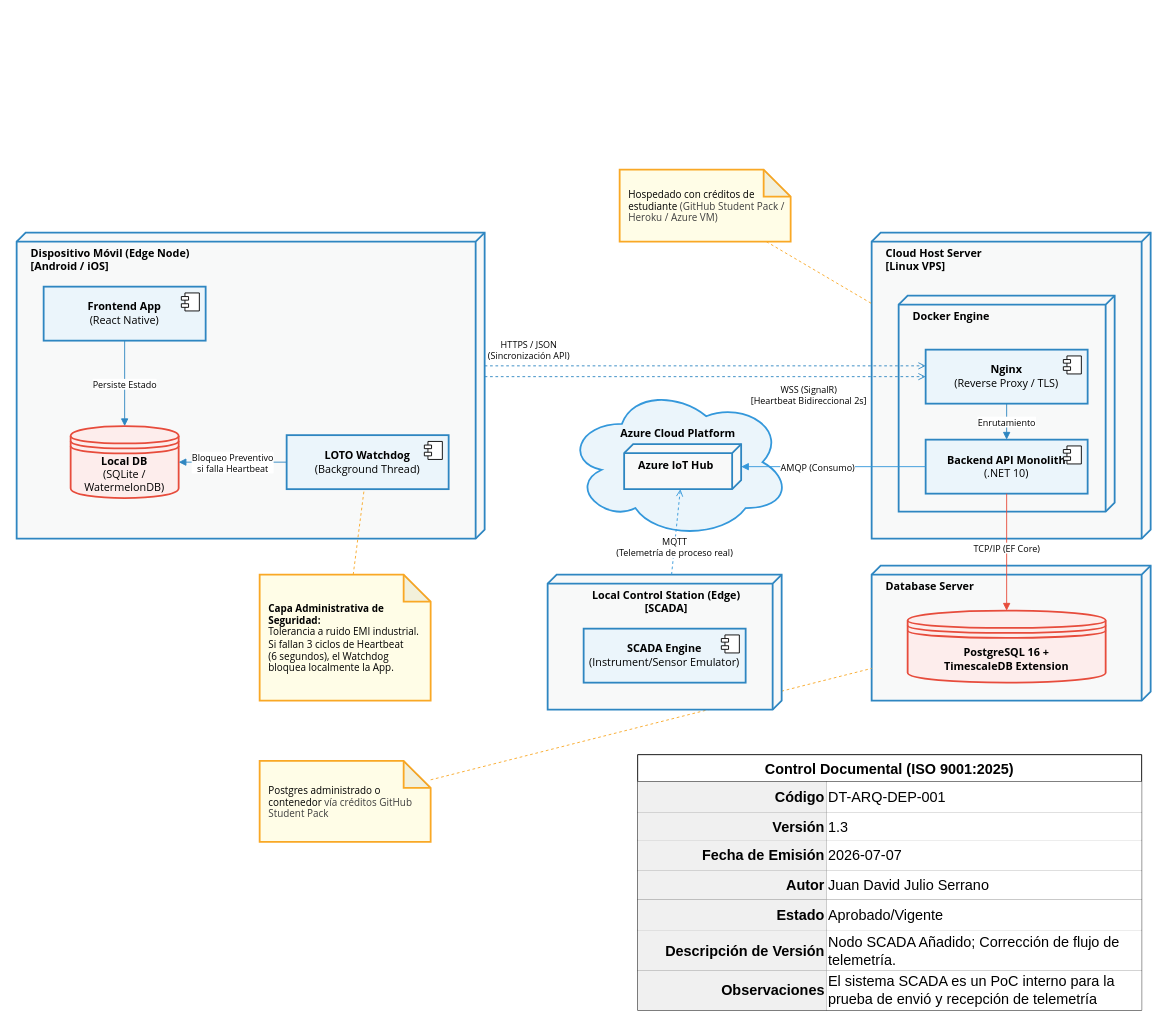
The draw.io diagram page "Ver 1.3" (2 of 2) of architecture/views/deployment-model.drawio in Novav20/adso-dteam-docs, before the edit. Source tidied: cells renumbered, new cells numbered last; positions are measured from the earlier drawing's top-left corner, leaving out a move shared by most shapes. Both pictures are drawn from the tidied source at 90%, with x=0, y=0 at pixel (16, 169).
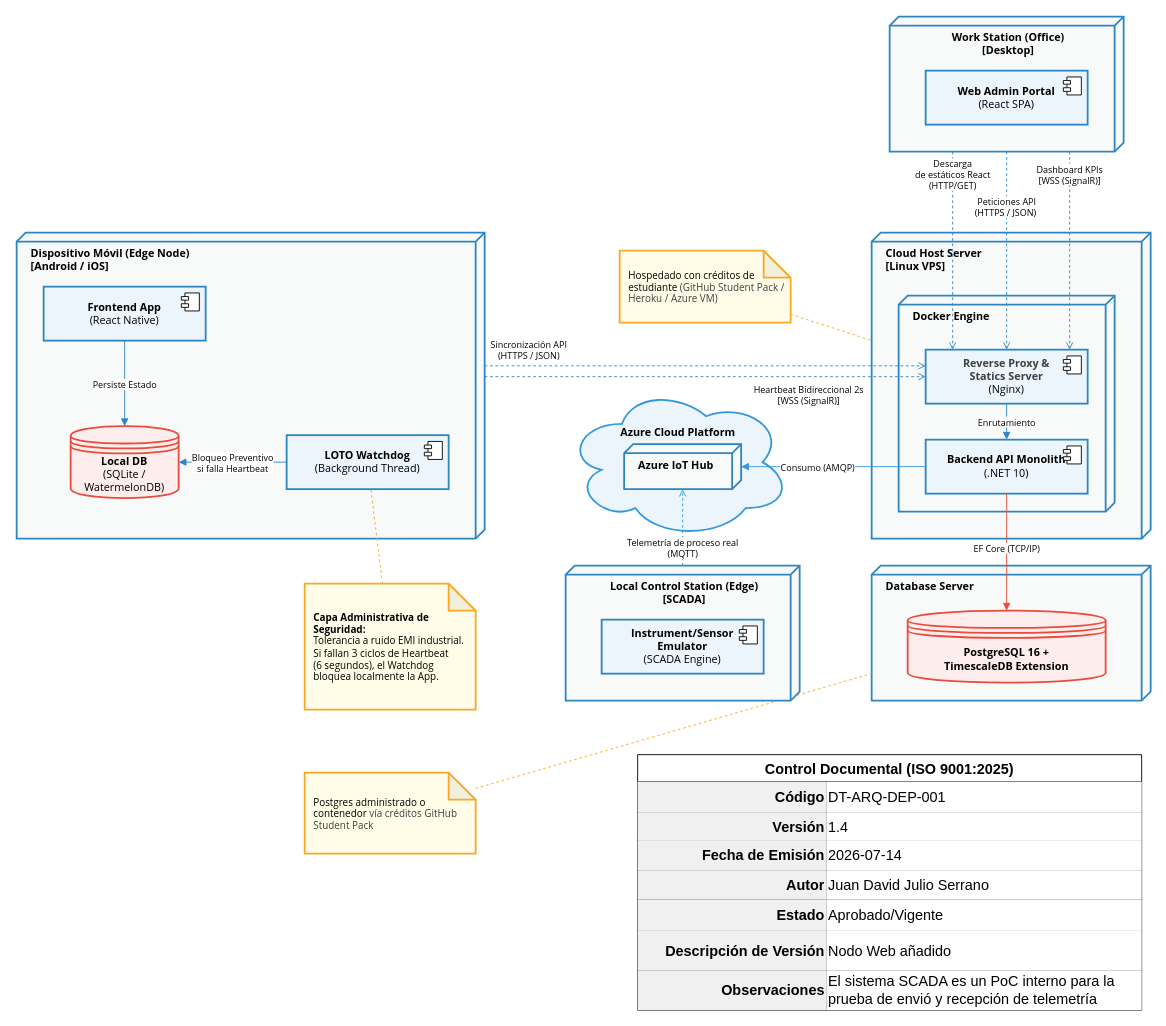
After the change.

Commit message (it also covers changes not shown here):
docs(deployment): represent web app execution node and Nginx static role

- Introduce 'WebNode' (PC de Escritorio) as a client edge node in deployment view.
- Explicitly define Nginx as 'Reverse Proxy / Servidor de Estáticos' to represent SPA hosting.
- Add network routes for React static asset download, HTTPS API requests, and WSS SignalR connections.
- Synchronize documentation control table to Version 1.3 dated 2026-07-14.

The change refers to these unchanged cells:
```xml
<mxCell id="2" value="Dispositivo Móvil (Edge Node)&#10;[Android / iOS]" style="verticalAlign=top;align=left;shape=cube;size=10;direction=south;fontStyle=1;html=1;boundedLbl=1;spacingLeft=14;whiteSpace=wrap;fillColor=#F8F9F9;strokeColor=#2E86C1;strokeWidth=2;fontSize=12;fontFamily=Segoe UI;" parent="1" vertex="1">
  <mxGeometry y="70" width="520" height="340" as="geometry" />
</mxCell>
<mxCell id="9" value="Azure IoT Hub" style="verticalAlign=top;align=left;shape=cube;size=10;direction=south;fontStyle=1;html=1;boundedLbl=1;spacingLeft=14;whiteSpace=wrap;fillColor=#F8F9F9;strokeColor=#2E86C1;strokeWidth=2;fontSize=12;fontFamily=Segoe UI;" parent="1" vertex="1">
  <mxGeometry x="675" y="305" width="130" height="50" as="geometry" />
</mxCell>
<mxCell id="14" value="&lt;b&gt;Backend API Monolith&lt;/b&gt;&lt;br/&gt;(.NET 10)" style="html=1;whiteSpace=wrap;fillColor=#EBF5FB;strokeColor=#2E86C1;strokeWidth=2;fontSize=12;fontFamily=Segoe UI;" parent="1" vertex="1">
  <mxGeometry x="1010" y="300" width="180" height="60" as="geometry" />
</mxCell>
<mxCell id="17" value="&lt;b&gt;PostgreSQL 16 +&lt;/b&gt;&lt;br/&gt;&lt;b&gt;TimescaleDB Extension&lt;/b&gt;" style="shape=datastore;whiteSpace=wrap;html=1;fillColor=#FDEDEC;strokeColor=#E74C3C;strokeWidth=2;fontSize=12;fontFamily=Segoe UI;" parent="1" vertex="1">
  <mxGeometry x="990" y="490" width="220" height="80" as="geometry" />
</mxCell>
<mxCell id="32" style="shape=tableRow;horizontal=0;startSize=0;swimlaneHead=0;swimlaneBody=0;strokeColor=inherit;top=0;left=0;bottom=0;right=0;fillColor=none;fontSize=16;" parent="28" vertex="1">
  <mxGeometry y="64" width="560" height="31" as="geometry" />
</mxCell>
<mxCell id="35" style="shape=tableRow;horizontal=0;startSize=0;swimlaneHead=0;swimlaneBody=0;strokeColor=inherit;top=0;left=0;bottom=0;right=0;fillColor=none;fontSize=16;" parent="28" vertex="1">
  <mxGeometry y="95" width="560" height="34" as="geometry" />
</mxCell>
<mxCell id="44" style="shape=tableRow;horizontal=0;startSize=0;swimlaneHead=0;swimlaneBody=0;strokeColor=inherit;top=0;left=0;bottom=0;right=0;fillColor=none;fontSize=16;" parent="28" vertex="1">
  <mxGeometry y="195" width="560" height="45" as="geometry" />
</mxCell>
<mxCell id="51" value="Local Control Station (Edge)&lt;br&gt;[SCADA]" style="verticalAlign=top;align=center;shape=cube;size=10;direction=south;fontStyle=1;html=1;boundedLbl=1;spacingLeft=14;whiteSpace=wrap;fillColor=#F8F9F9;strokeColor=#2E86C1;strokeWidth=2;fontSize=12;fontFamily=Segoe UI;" parent="50" vertex="1">
  <mxGeometry width="260" height="150" as="geometry" />
</mxCell>
```

Change to the diagram source:
```diff
@@
-    <mxCell id="12" value="&lt;b&gt;Nginx&lt;/b&gt;&lt;br/&gt;(Reverse Proxy / TLS)" style="html=1;whiteSpace=wrap;fillColor=#EBF5FB;strokeColor=#2E86C1;strokeWidth=2;fontSize=12;fontFamily=Segoe UI;" parent="1" vertex="1">
+    <mxCell id="12" value="&lt;b style=&quot;color: rgb(63, 63, 63); scrollbar-color: rgb(226, 226, 226) rgb(251, 251, 251);&quot;&gt;Reverse Proxy &amp;amp; &lt;br&gt;Statics Server&lt;/b&gt;&lt;br&gt;(Nginx)" style="html=1;whiteSpace=wrap;fillColor=#EBF5FB;strokeColor=#2E86C1;strokeWidth=2;fontSize=12;fontFamily=Segoe UI;" parent="1" vertex="1">
       <mxGeometry x="1010" y="200" width="180" height="60" as="geometry" />
     </mxCell>
@@
     <mxCell id="18" value="&lt;b&gt;Capa Administrativa de Seguridad:&lt;/b&gt;&lt;br/&gt;Tolerancia a ruido EMI industrial.&lt;br/&gt;Si fallan 3 ciclos de Heartbeat&lt;br/&gt;(6 segundos), el Watchdog&lt;br/&gt;bloquea localmente la App." style="shape=note;whiteSpace=wrap;html=1;backgroundOutline=1;darkOpacity=0.05;fillColor=#FFFDE7;strokeColor=#F9A825;strokeWidth=2;fontSize=11;fontFamily=Segoe UI;align=left;spacingLeft=8;" parent="1" vertex="1">
-      <mxGeometry x="270" y="450" width="190" height="140" as="geometry" />
+      <mxGeometry x="320" y="460" width="190" height="140" as="geometry" />
     </mxCell>
@@
-    <mxCell id="23" value="TCP/IP (EF Core)" style="rounded=0;jettySize=auto;html=1;endArrow=block;endFill=1;strokeColor=#E74C3C;fontFamily=Segoe UI;fontSize=10;" parent="1" edge="1" source="14" target="17">
+    <mxCell id="23" value="&lt;span style=&quot;color: rgb(0, 0, 0);&quot;&gt;EF Core&amp;nbsp;&lt;/span&gt;(&lt;span style=&quot;color: rgb(0, 0, 0);&quot;&gt;TCP/IP&lt;/span&gt;)" style="rounded=0;jettySize=auto;html=1;endArrow=block;endFill=1;strokeColor=#E74C3C;fontFamily=Segoe UI;fontSize=10;" parent="1" edge="1" source="14" target="17">
       <mxGeometry x="-0.07" relative="1" as="geometry" />
     </mxCell>
-    <mxCell id="24" value="AMQP (Consumo)" style="rounded=0;jettySize=auto;html=1;endArrow=block;endFill=1;strokeColor=#3498DB;fontFamily=Segoe UI;fontSize=10;" parent="1" edge="1" source="14" target="9">
+    <mxCell id="24" value="&lt;span style=&quot;color: rgb(0, 0, 0);&quot;&gt;Consumo&lt;/span&gt;&amp;nbsp;(&lt;span style=&quot;color: rgb(0, 0, 0);&quot;&gt;AMQP&lt;/span&gt;)" style="rounded=0;jettySize=auto;html=1;endArrow=block;endFill=1;strokeColor=#3498DB;fontFamily=Segoe UI;fontSize=10;" parent="1" edge="1" source="14" target="9">
       <mxGeometry x="0.17" relative="1" as="geometry" />
     </mxCell>
@@
-    <mxCell id="26" value="HTTPS / JSON&#10;(Sincronización API)" style="rounded=0;jettySize=auto;html=1;endArrow=open;endFill=0;dashed=1;strokeColor=#2E86C1;fontFamily=Segoe UI;fontSize=10;entryX=0;entryY=0.3;entryDx=0;entryDy=0;edgeStyle=orthogonalEdgeStyle;" parent="1" edge="1" source="2" target="12">
+    <mxCell id="26" value="&lt;span style=&quot;color: rgb(0, 0, 0);&quot;&gt;Sincronización API&lt;br&gt;&lt;/span&gt;(&lt;span style=&quot;color: rgb(0, 0, 0);&quot;&gt;HTTPS / JSON&lt;/span&gt;)" style="rounded=0;jettySize=auto;html=1;endArrow=open;endFill=0;dashed=1;strokeColor=#2E86C1;fontFamily=Segoe UI;fontSize=10;entryX=0;entryY=0.3;entryDx=0;entryDy=0;edgeStyle=orthogonalEdgeStyle;" parent="1" edge="1" source="2" target="12">
       <mxGeometry x="-0.8" y="18" relative="1" as="geometry">
         <Array as="points">
           <mxPoint x="580" y="218" />
           <mxPoint x="580" y="218" />
         </Array>
       </mxGeometry>
     </mxCell>
-    <mxCell id="27" value="WSS (SignalR)&#10;[Heartbeat Bidireccional 2s]" style="rounded=0;jettySize=auto;html=1;endArrow=open;endFill=0;dashed=1;strokeColor=#2E86C1;fontFamily=Segoe UI;fontSize=10;entryX=0;entryY=0.5;entryDx=0;entryDy=0;edgeStyle=orthogonalEdgeStyle;" parent="1" edge="1" source="2" target="12">
+    <mxCell id="27" value="&lt;span style=&quot;color: rgb(0, 0, 0);&quot;&gt;Heartbeat Bidireccional 2s&lt;/span&gt;&lt;br&gt;[&lt;span style=&quot;color: rgb(0, 0, 0);&quot;&gt;WSS (SignalR)&lt;/span&gt;]" style="rounded=0;jettySize=auto;html=1;endArrow=open;endFill=0;dashed=1;strokeColor=#2E86C1;fontFamily=Segoe UI;fontSize=10;entryX=0;entryY=0.5;entryDx=0;entryDy=0;edgeStyle=orthogonalEdgeStyle;" parent="1" edge="1" source="2" target="12">
       <mxGeometry x="0.47" y="-20" relative="1" as="geometry">
         <Array as="points">
           <mxPoint x="640" y="230" />
           <mxPoint x="640" y="230" />
         </Array>
       </mxGeometry>
     </mxCell>
@@
-    <mxCell id="34" value="1.3" style="shape=partialRectangle;html=1;whiteSpace=wrap;strokeColor=inherit;overflow=hidden;fillColor=default;top=0;left=0;bottom=0;right=0;fontSize=16;align=left;" parent="32" vertex="1">
+    <mxCell id="34" value="1.4" style="shape=partialRectangle;html=1;whiteSpace=wrap;strokeColor=inherit;overflow=hidden;fillColor=default;top=0;left=0;bottom=0;right=0;fontSize=16;align=left;" parent="32" vertex="1">
       <mxGeometry x="210" width="350" height="31" as="geometry" />
     </mxCell>
@@
-    <mxCell id="37" value="2026-07-07" style="shape=partialRectangle;html=1;whiteSpace=wrap;strokeColor=inherit;overflow=hidden;fillColor=default;top=0;left=0;bottom=0;right=0;fontSize=16;align=left;" parent="35" vertex="1">
+    <mxCell id="37" value="2026-07-14" style="shape=partialRectangle;html=1;whiteSpace=wrap;strokeColor=inherit;overflow=hidden;fillColor=default;top=0;left=0;bottom=0;right=0;fontSize=16;align=left;" parent="35" vertex="1">
       <mxGeometry x="210" width="350" height="34" as="geometry" />
     </mxCell>
@@
-    <mxCell id="46" value="&lt;span style=&quot;color: rgb(0, 0, 0);&quot;&gt;Nodo SCADA Añadido; Corrección de flujo de telemetría.&lt;/span&gt;" style="shape=partialRectangle;html=1;whiteSpace=wrap;strokeColor=inherit;overflow=hidden;fillColor=default;top=0;left=0;bottom=0;right=0;fontSize=16;align=left;" parent="44" vertex="1">
+    <mxCell id="46" value="&lt;span style=&quot;color: rgb(0, 0, 0);&quot;&gt;Nodo Web añadido&lt;/span&gt;" style="shape=partialRectangle;html=1;whiteSpace=wrap;strokeColor=inherit;overflow=hidden;fillColor=default;top=0;left=0;bottom=0;right=0;fontSize=16;align=left;" parent="44" vertex="1">
       <mxGeometry x="210" width="350" height="45" as="geometry" />
     </mxCell>
@@
     <mxCell id="50" style="group;" parent="1" vertex="1">
-      <mxGeometry x="590" y="450" width="260" height="150" as="geometry" />
+      <mxGeometry x="610" y="440" width="260" height="150" as="geometry" />
     </mxCell>
@@
-    <mxCell id="52" value="&lt;b&gt;SCADA Engine&lt;/b&gt;&lt;br&gt;(Instrument/Sensor Emulator)" style="html=1;whiteSpace=wrap;fillColor=#EBF5FB;strokeColor=#2E86C1;strokeWidth=2;fontSize=12;fontFamily=Segoe UI;" parent="50" vertex="1">
+    <mxCell id="52" value="&lt;b&gt;Instrument/Sensor &lt;br&gt;Emulator&lt;/b&gt;&lt;br&gt;(SCADA Engine)" style="html=1;whiteSpace=wrap;fillColor=#EBF5FB;strokeColor=#2E86C1;strokeWidth=2;fontSize=12;fontFamily=Segoe UI;" parent="50" vertex="1">
       <mxGeometry x="40" y="60" width="180" height="60" as="geometry" />
     </mxCell>
@@
-    <mxCell id="54" value="MQTT&lt;br&gt;(Telemetría de proceso real)" style="rounded=0;jettySize=auto;html=1;endArrow=open;endFill=0;dashed=1;strokeColor=#3498DB;fontFamily=Segoe UI;fontSize=10;" parent="1" edge="1" source="51" target="9">
-      <mxGeometry x="-0.35" relative="1" as="geometry" />
+    <mxCell id="54" value="&lt;span style=&quot;color: rgb(0, 0, 0);&quot;&gt;Telemetría de proceso real&lt;/span&gt;&lt;br&gt;(&lt;span style=&quot;color: rgb(0, 0, 0);&quot;&gt;MQTT&lt;/span&gt;)" style="rounded=0;jettySize=auto;html=1;endArrow=open;endFill=0;dashed=1;strokeColor=#3498DB;fontFamily=Segoe UI;fontSize=10;" parent="1" edge="1" source="51" target="9">
+      <mxGeometry x="-0.53" relative="1" as="geometry" />
     </mxCell>
     <mxCell id="55" value="&lt;div&gt;&lt;span style=&quot;font-size: 11px;&quot;&gt;Postgres administrado o contenedor&amp;nbsp;&lt;/span&gt;&lt;span style=&quot;color: rgb(63, 63, 63); background-color: transparent;&quot;&gt;vía créditos GitHub Student Pack&lt;/span&gt;&lt;/div&gt;" style="shape=note;whiteSpace=wrap;html=1;backgroundOutline=1;darkOpacity=0.05;fillColor=#FFFDE7;strokeColor=#F9A825;strokeWidth=2;fontSize=11;fontFamily=Segoe UI;align=left;spacingLeft=8;" parent="1" vertex="1">
-      <mxGeometry x="270" y="657" width="190" height="90" as="geometry" />
+      <mxGeometry x="320" y="670" width="190" height="90" as="geometry" />
     </mxCell>
@@
     <mxCell id="57" value="&lt;div&gt;&lt;span style=&quot;font-size: 11px;&quot;&gt;Hospedado con créditos de estudiante&amp;nbsp;&lt;/span&gt;&lt;span style=&quot;color: rgb(63, 63, 63); background-color: transparent;&quot;&gt;(GitHub Student Pack / Heroku / Azure VM)&lt;/span&gt;&lt;/div&gt;" style="shape=note;whiteSpace=wrap;html=1;backgroundOutline=1;darkOpacity=0.05;fillColor=#FFFDE7;strokeColor=#F9A825;strokeWidth=2;fontSize=11;fontFamily=Segoe UI;align=left;spacingLeft=8;" parent="1" vertex="1">
-      <mxGeometry x="670" width="190" height="80" as="geometry" />
+      <mxGeometry x="670" y="90" width="190" height="80" as="geometry" />
     </mxCell>
+    <mxCell id="58" style="group;" parent="1" vertex="1">
+      <mxGeometry x="970" y="-170" width="260" height="150" as="geometry" />
+    </mxCell>
+    <mxCell id="59" value="Work Station (Office)&lt;br&gt;[Desktop]" style="verticalAlign=top;align=center;shape=cube;size=10;direction=south;fontStyle=1;html=1;boundedLbl=1;spacingLeft=14;whiteSpace=wrap;fillColor=#F8F9F9;strokeColor=#2E86C1;strokeWidth=2;fontSize=12;fontFamily=Segoe UI;" parent="58" vertex="1">
+      <mxGeometry width="260" height="150" as="geometry" />
+    </mxCell>
+    <mxCell id="60" value="&lt;b&gt;Web Admin Portal&lt;/b&gt;&lt;br&gt;(React SPA)" style="html=1;whiteSpace=wrap;fillColor=#EBF5FB;strokeColor=#2E86C1;strokeWidth=2;fontSize=12;fontFamily=Segoe UI;" parent="58" vertex="1">
+      <mxGeometry x="40" y="60" width="180" height="60" as="geometry" />
+    </mxCell>
+    <mxCell id="61" style="shape=module;jettyWidth=8;jettyHeight=4;" parent="60" vertex="1">
+      <mxGeometry x="1" width="20" height="20" relative="1" as="geometry">
+        <mxPoint x="-27" y="7" as="offset" />
+      </mxGeometry>
+    </mxCell>
+    <mxCell id="62" value="&lt;span style=&quot;color: rgb(0, 0, 0);&quot;&gt;Descarga&lt;/span&gt;&lt;br style=&quot;color: rgb(63, 63, 63); scrollbar-color: rgb(226, 226, 226) rgb(251, 251, 251);&quot;&gt;&lt;span style=&quot;color: rgb(0, 0, 0);&quot;&gt;de estáticos React&lt;br&gt;&lt;/span&gt;(HTTP/GET)" style="rounded=0;jettySize=auto;html=1;endArrow=open;endFill=0;dashed=1;strokeColor=#2E86C1;fontFamily=Segoe UI;fontSize=10;edgeStyle=orthogonalEdgeStyle;" parent="1" edge="1" source="59" target="12">
+      <mxGeometry x="-0.77" relative="1" as="geometry">
+        <Array as="points">
+          <mxPoint x="1040" y="20" />
+          <mxPoint x="1040" y="20" />
+        </Array>
+      </mxGeometry>
+    </mxCell>
+    <mxCell id="63" value="&lt;span style=&quot;color: rgb(0, 0, 0);&quot;&gt;Peticiones API&lt;br&gt;&lt;/span&gt;(HTTPS / JSON)&amp;nbsp;" style="rounded=0;jettySize=auto;html=1;endArrow=open;endFill=0;dashed=1;strokeColor=#2E86C1;fontFamily=Segoe UI;fontSize=10;edgeStyle=orthogonalEdgeStyle;" parent="1" edge="1" source="59" target="12">
+      <mxGeometry x="-0.45" relative="1" as="geometry">
+        <Array as="points">
+          <mxPoint x="1100" y="30" />
+          <mxPoint x="1100" y="30" />
+        </Array>
+      </mxGeometry>
+    </mxCell>
+    <mxCell id="64" value="&lt;span style=&quot;color: rgb(0, 0, 0);&quot;&gt;Dashboard KPIs&lt;/span&gt;&lt;br&gt;[&lt;span style=&quot;color: rgb(0, 0, 0);&quot;&gt;WSS (SignalR)&lt;/span&gt;]" style="rounded=0;jettySize=auto;html=1;endArrow=open;endFill=0;dashed=1;strokeColor=#2E86C1;fontFamily=Segoe UI;fontSize=10;edgeStyle=orthogonalEdgeStyle;" parent="1" edge="1" source="59" target="12">
+      <mxGeometry x="-0.77" relative="1" as="geometry">
+        <Array as="points">
+          <mxPoint x="1170" y="90" />
+          <mxPoint x="1170" y="90" />
+        </Array>
+      </mxGeometry>
+    </mxCell>
```
